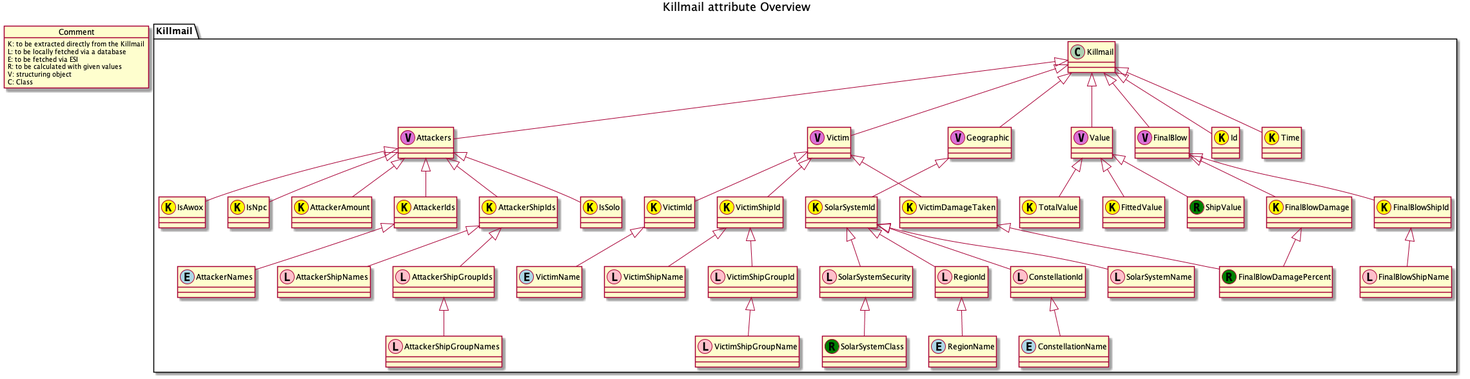
Above: ressources/ObjectUML.png in leonahess/zFlux (PlantUML), before the change.
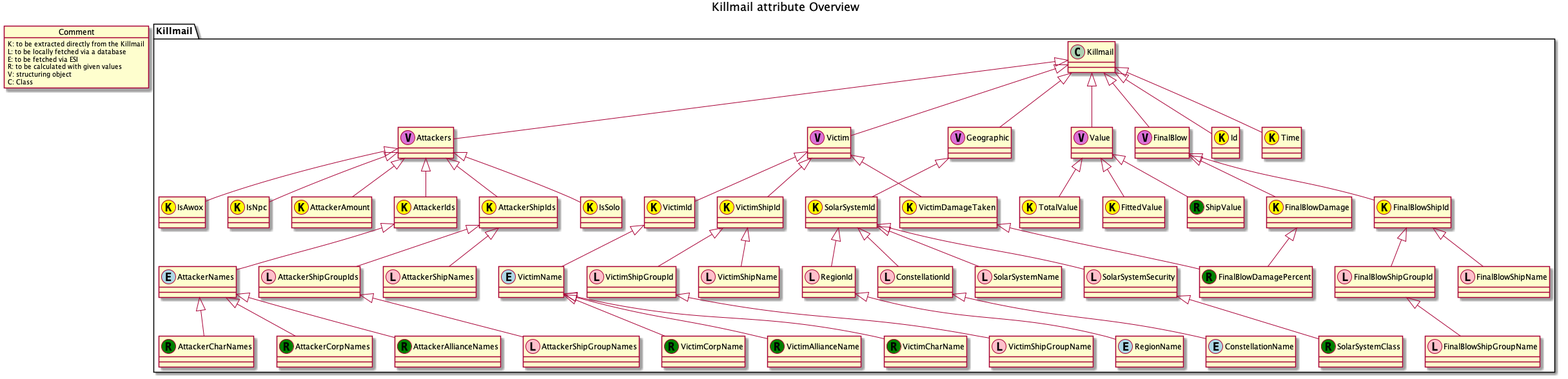
After the commit.

Diff of the diagram source:
```diff
@@ -24,8 +24,14 @@
 
 class VictimId << (K, yellow) >>
 class VictimName << (E, lightblue) >>
+class VictimCharName << (R, green) >>
+class VictimCorpName << (R, green) >>
+class VictimAllianceName << (R, green) >>
 class AttackerIds << (K, yellow) >>
 class AttackerNames << (E, lightblue) >>
+class AttackerCharNames << (R, green) >>
+class AttackerCorpNames << (R, green) >>
+class AttackerAllianceNames << (R, green) >>
 
 class VictimShipId << (K, yellow) >>
 class VictimShipName << (L, pink) >>
@@ -61,6 +67,8 @@
 class FinalBlowShipName << (L, pink) >>
 class FinalBlowDamage << (K, yellow) >>
 class FinalBlowDamagePercent << (R, green) >>
+class FinalBlowShipGroupId << (L, pink) >>
+class FinalBlowShipGroupName << (L, pink) >>
 }
 
 Killmail <|-down- Attackers
@@ -82,12 +90,19 @@
 VictimDamageTaken <|-down- FinalBlowDamagePercent
 
 FinalBlowShipId <|-down- FinalBlowShipName
+FinalBlowShipId <|-down- FinalBlowShipGroupId
+
+FinalBlowShipGroupId <|-down- FinalBlowShipGroupName
 
 Geographic <|-down- SolarSystemId
 
 Victim <|-down- VictimShipId
 Victim <|-down- VictimId
 Victim <|-down- VictimDamageTaken
+
+VictimName <|-down- VictimCharName
+VictimName <|-down- VictimCorpName
+VictimName <|-down- VictimAllianceName
 
 VictimShipId <|-down- VictimShipName
 VictimShipId <|-down- VictimShipGroupId
@@ -102,6 +117,9 @@
 Attackers <|-down- IsNpc
 Attackers <|-down- AttackerAmount
 
+AttackerNames <|-down- AttackerCharNames
+AttackerNames <|-down- AttackerCorpNames
+AttackerNames <|-down- AttackerAllianceNames
 
 AttackerShipIds <|-down- AttackerShipNames
 AttackerShipIds <|-down- AttackerShipGroupIds
```
